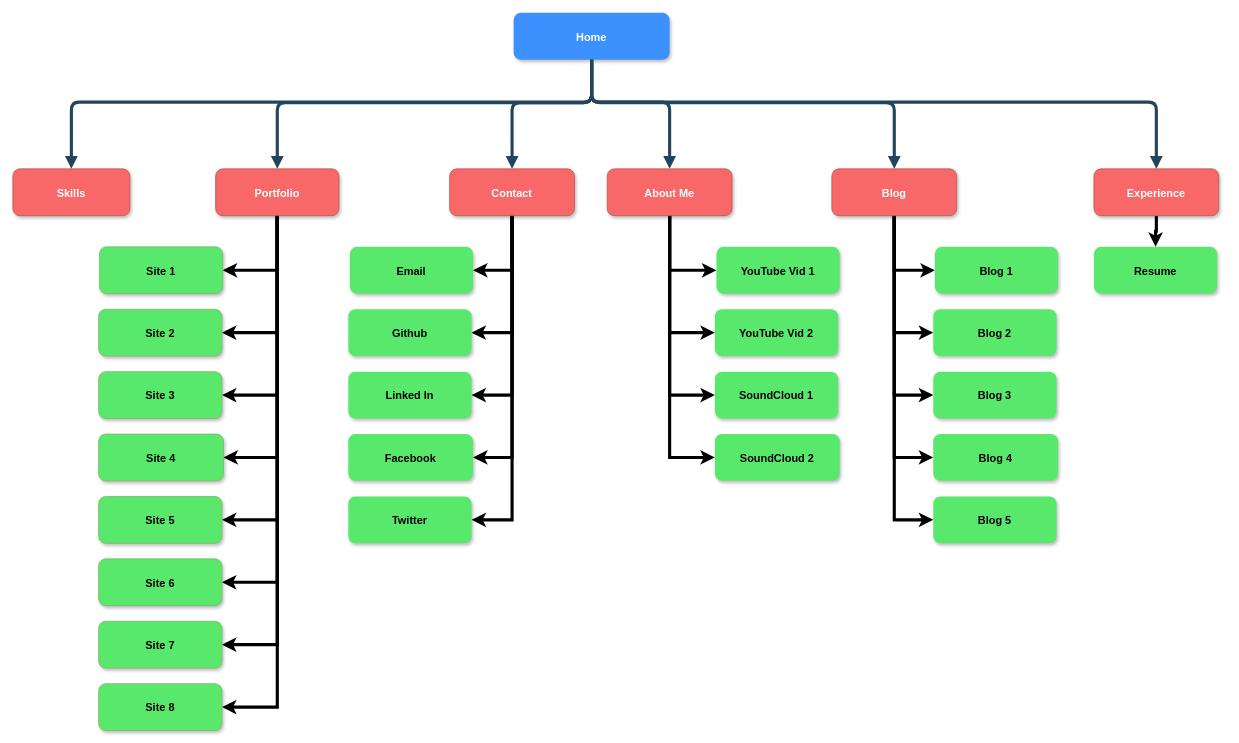
Above: Portfolio-Assignment.drawio in Nam-fullstack/PORTFOLIO-ASSIGNMENT (draw.io), before the change. Source tidied: cells renumbered, new cells numbered last; positions are measured from the earlier drawing's top-left corner, leaving out a move shared by most shapes. Both pictures are drawn from the tidied source at 78%, with x=0, y=0 at pixel (12, 12).
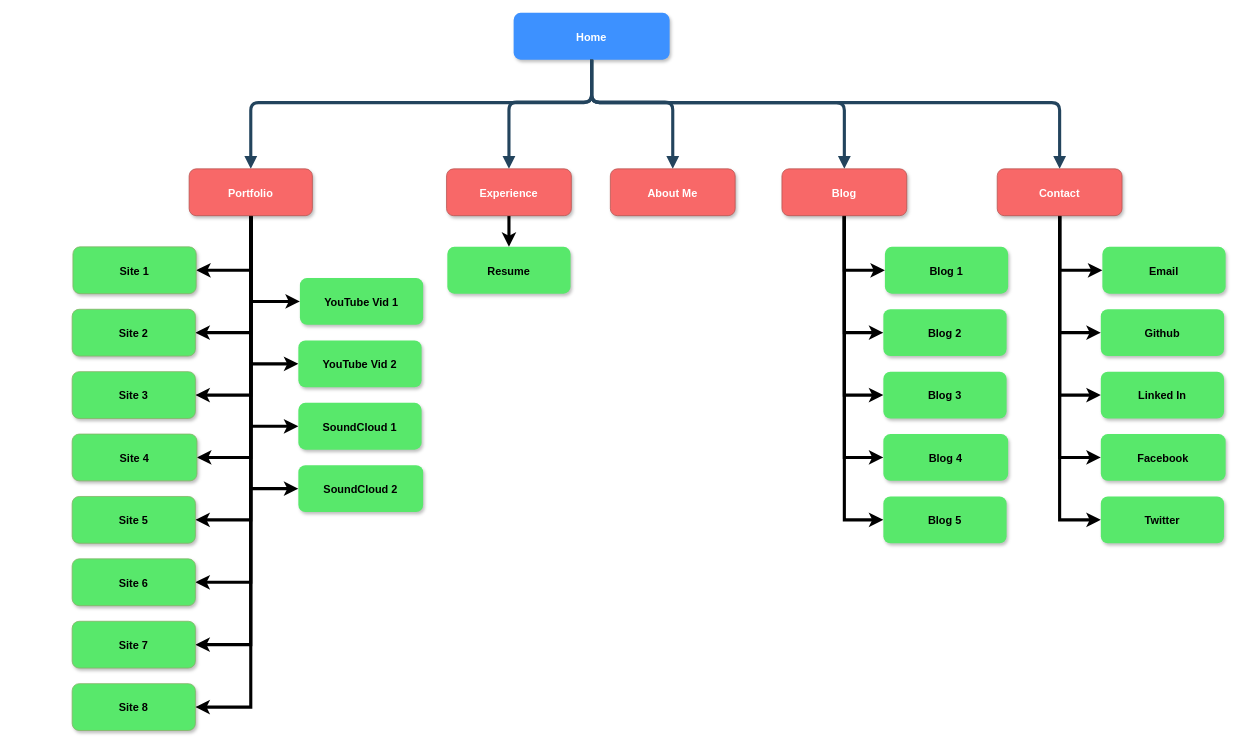
After the change.

Change to the diagram source:
```diff
@@
     <mxCell id="11" value="Resume" style="rounded=1;strokeColor=none;shadow=1;gradientColor=none;fontStyle=1;fontSize=14;fillColor=#58E86B;align=center;" parent="1" vertex="1">
-      <mxGeometry x="1386" y="300" width="158" height="60" as="geometry" />
+      <mxGeometry x="557" y="300" width="158" height="60" as="geometry" />
     </mxCell>
@@
-    <mxCell id="18" style="edgeStyle=orthogonalEdgeStyle;rounded=0;jettySize=auto;html=1;exitX=0.5;exitY=1;exitDx=0;exitDy=0;entryX=1;entryY=0.5;entryDx=0;entryDy=0;strokeWidth=4;align=center;" parent="1" edge="1" source="36" target="59">
-      <mxGeometry relative="1" as="geometry" />
-    </mxCell>
-    <mxCell id="19" style="edgeStyle=orthogonalEdgeStyle;rounded=0;jettySize=auto;html=1;exitX=0.5;exitY=1;exitDx=0;exitDy=0;entryX=1;entryY=0.5;entryDx=0;entryDy=0;strokeWidth=4;align=center;" parent="1" edge="1" source="36" target="58">
-      <mxGeometry relative="1" as="geometry" />
-    </mxCell>
-    <mxCell id="20" style="edgeStyle=orthogonalEdgeStyle;rounded=0;jettySize=auto;html=1;exitX=0.5;exitY=1;exitDx=0;exitDy=0;entryX=1;entryY=0.5;entryDx=0;entryDy=0;strokeWidth=4;align=center;" parent="1" edge="1" source="36" target="56">
-      <mxGeometry relative="1" as="geometry" />
-    </mxCell>
@@
-    <mxCell id="26" style="edgeStyle=elbowEdgeStyle;elbow=vertical;strokeWidth=4;endArrow=block;endFill=1;fontStyle=1;strokeColor=#23445D;entryX=0.5;entryY=0;entryDx=0;entryDy=0;align=center;" parent="1" edge="1" target="27">
-      <mxGeometry x="96" y="130" as="geometry">
-        <mxPoint x="742" y="64.5" as="sourcePoint" />
-        <Array as="points">
-          <mxPoint x="550" y="114.5" />
-          <mxPoint x="570" y="114.5" />
-        </Array>
-      </mxGeometry>
-    </mxCell>
-    <mxCell id="27" value="Skills" style="rounded=1;strokeColor=#b85450;shadow=1;fontStyle=1;fontSize=14;fillColor=#F86868;fontColor=#FFFFFF;align=center;" parent="1" vertex="1">
-      <mxGeometry y="200" width="150" height="60" as="geometry" />
-    </mxCell>
-    <mxCell id="28" style="edgeStyle=orthogonalEdgeStyle;rounded=0;jettySize=auto;html=1;exitX=0.5;exitY=1;exitDx=0;exitDy=0;entryX=0;entryY=0.5;entryDx=0;entryDy=0;fontColor=#000000;strokeWidth=4;align=center;" parent="1" edge="1" source="32" target="50">
-      <mxGeometry relative="1" as="geometry" />
-    </mxCell>
-    <mxCell id="29" style="edgeStyle=orthogonalEdgeStyle;rounded=0;jettySize=auto;html=1;exitX=0.5;exitY=1;exitDx=0;exitDy=0;entryX=0;entryY=0.5;entryDx=0;entryDy=0;fontColor=#000000;strokeWidth=4;align=center;" parent="1" edge="1" source="32" target="49">
-      <mxGeometry relative="1" as="geometry" />
-    </mxCell>
-    <mxCell id="30" style="edgeStyle=orthogonalEdgeStyle;rounded=0;jettySize=auto;html=1;exitX=0.5;exitY=1;exitDx=0;exitDy=0;entryX=0;entryY=0.5;entryDx=0;entryDy=0;fontColor=#000000;strokeWidth=4;align=center;" parent="1" edge="1" source="32" target="47">
-      <mxGeometry relative="1" as="geometry" />
-    </mxCell>
-    <mxCell id="31" style="edgeStyle=orthogonalEdgeStyle;rounded=0;jettySize=auto;html=1;exitX=0.5;exitY=1;exitDx=0;exitDy=0;entryX=0;entryY=0.5;entryDx=0;entryDy=0;fontColor=#000000;strokeWidth=4;align=center;" parent="1" edge="1" source="32" target="48">
-      <mxGeometry relative="1" as="geometry" />
-    </mxCell>
     <mxCell id="32" value="About Me" style="rounded=1;strokeColor=#b85450;shadow=1;fontStyle=1;fontSize=14;fillColor=#F86868;fontColor=#FFFFFF;align=center;" parent="1" vertex="1">
-      <mxGeometry x="762" y="200" width="160" height="60" as="geometry" />
+      <mxGeometry x="766" y="200" width="160" height="60" as="geometry" />
     </mxCell>
     <mxCell id="33" value="Blog" style="rounded=1;strokeColor=#b85450;shadow=1;fontStyle=1;fontSize=14;fillColor=#F86868;fontColor=#FFFFFF;align=center;" parent="1" vertex="1">
-      <mxGeometry x="1050" y="200" width="160" height="60" as="geometry" />
+      <mxGeometry x="986" y="200" width="160" height="60" as="geometry" />
     </mxCell>
+    <mxCell id="18" style="edgeStyle=orthogonalEdgeStyle;rounded=0;jettySize=auto;html=1;exitX=0.5;exitY=1;exitDx=0;exitDy=0;entryX=0;entryY=0.5;entryDx=0;entryDy=0;strokeWidth=4;" parent="1" edge="1" source="36" target="59">
+      <mxGeometry relative="1" as="geometry" />
+    </mxCell>
+    <mxCell id="19" style="edgeStyle=orthogonalEdgeStyle;rounded=0;jettySize=auto;html=1;exitX=0.5;exitY=1;exitDx=0;exitDy=0;entryX=0;entryY=0.5;entryDx=0;entryDy=0;strokeWidth=4;" parent="1" edge="1" source="36" target="58">
+      <mxGeometry relative="1" as="geometry" />
+    </mxCell>
+    <mxCell id="20" style="edgeStyle=orthogonalEdgeStyle;rounded=0;jettySize=auto;html=1;exitX=0.5;exitY=1;exitDx=0;exitDy=0;entryX=0;entryY=0.5;entryDx=0;entryDy=0;strokeWidth=4;" parent="1" edge="1" source="36" target="56">
+      <mxGeometry relative="1" as="geometry" />
+    </mxCell>
-    <mxCell id="34" style="edgeStyle=orthogonalEdgeStyle;rounded=0;jettySize=auto;html=1;exitX=0.5;exitY=1;exitDx=0;exitDy=0;entryX=1;entryY=0.5;entryDx=0;entryDy=0;fontColor=#000000;strokeWidth=4;align=center;" parent="1" edge="1" source="36" target="57">
+    <mxCell id="34" style="edgeStyle=orthogonalEdgeStyle;rounded=0;jettySize=auto;html=1;exitX=0.5;exitY=1;exitDx=0;exitDy=0;entryX=0;entryY=0.5;entryDx=0;entryDy=0;strokeWidth=4;" parent="1" edge="1" source="36" target="57">
       <mxGeometry relative="1" as="geometry" />
     </mxCell>
-    <mxCell id="35" style="edgeStyle=orthogonalEdgeStyle;rounded=0;jettySize=auto;html=1;exitX=0.5;exitY=1;exitDx=0;exitDy=0;entryX=1;entryY=0.5;entryDx=0;entryDy=0;fontColor=#000000;strokeWidth=4;align=center;" parent="1" edge="1" source="36" target="60">
+    <mxCell id="35" style="edgeStyle=orthogonalEdgeStyle;rounded=0;jettySize=auto;html=1;exitX=0.5;exitY=1;exitDx=0;exitDy=0;entryX=0;entryY=0.5;entryDx=0;entryDy=0;strokeWidth=4;" parent="1" edge="1" source="36" target="60">
       <mxGeometry relative="1" as="geometry" />
     </mxCell>
     <mxCell id="36" value="Contact" style="rounded=1;strokeColor=#b85450;shadow=1;fontStyle=1;fontSize=14;fillColor=#F86868;fontColor=#FFFFFF;align=center;" parent="1" vertex="1">
-      <mxGeometry x="560" y="200" width="160" height="60" as="geometry" />
+      <mxGeometry x="1262" y="200" width="160" height="60" as="geometry" />
     </mxCell>
     <mxCell id="37" value="Experience" style="rounded=1;strokeColor=#b85450;shadow=1;fontStyle=1;fontSize=14;fillColor=#F86868;fontColor=#FFFFFF;align=center;" parent="1" vertex="1">
-      <mxGeometry x="1386" y="200" width="160" height="60" as="geometry" />
+      <mxGeometry x="556" y="200" width="160" height="60" as="geometry" />
     </mxCell>
+    <mxCell id="61" style="edgeStyle=orthogonalEdgeStyle;rounded=0;jettySize=auto;html=1;exitX=0.5;exitY=1;exitDx=0;exitDy=0;entryX=0;entryY=0.5;entryDx=0;entryDy=0;strokeWidth=4;" parent="1" edge="1" source="38" target="50">
+      <mxGeometry relative="1" as="geometry" />
+    </mxCell>
+    <mxCell id="62" style="edgeStyle=orthogonalEdgeStyle;rounded=0;jettySize=auto;html=1;exitX=0.5;exitY=1;exitDx=0;exitDy=0;entryX=0;entryY=0.5;entryDx=0;entryDy=0;strokeWidth=4;" parent="1" edge="1" source="38" target="49">
+      <mxGeometry relative="1" as="geometry" />
+    </mxCell>
+    <mxCell id="63" style="edgeStyle=orthogonalEdgeStyle;rounded=0;jettySize=auto;html=1;exitX=0.5;exitY=1;exitDx=0;exitDy=0;entryX=0;entryY=0.5;entryDx=0;entryDy=0;strokeWidth=4;" parent="1" edge="1" source="38" target="47">
+      <mxGeometry relative="1" as="geometry" />
+    </mxCell>
+    <mxCell id="64" style="edgeStyle=orthogonalEdgeStyle;rounded=0;jettySize=auto;html=1;exitX=0.5;exitY=1;exitDx=0;exitDy=0;entryX=0;entryY=0.5;entryDx=0;entryDy=0;strokeWidth=4;" parent="1" edge="1" source="38" target="48">
+      <mxGeometry relative="1" as="geometry" />
+    </mxCell>
     <mxCell id="38" value="Portfolio" style="rounded=1;strokeColor=#b85450;shadow=1;fontStyle=1;fontSize=14;fillColor=#F86868;fontColor=#FFFFFF;align=center;" parent="1" vertex="1">
-      <mxGeometry x="260" y="200" width="158" height="60" as="geometry" />
+      <mxGeometry x="226" y="200" width="158" height="60" as="geometry" />
     </mxCell>
     <mxCell id="39" value="Site 3" style="rounded=1;strokeColor=#82b366;shadow=1;fontStyle=1;fontSize=14;fillColor=#58E86B;align=center;" parent="1" vertex="1">
-      <mxGeometry x="110" y="460" width="158" height="60" as="geometry" />
+      <mxGeometry x="76" y="460" width="158" height="60" as="geometry" />
     </mxCell>
     <mxCell id="40" value="Site 4" style="rounded=1;strokeColor=#82b366;shadow=1;fontStyle=1;fontSize=14;fillColor=#58E86B;align=center;" parent="1" vertex="1">
-      <mxGeometry x="110" y="540" width="160" height="60" as="geometry" />
+      <mxGeometry x="76" y="540" width="160" height="60" as="geometry" />
     </mxCell>
     <mxCell id="41" value="Site 2" style="rounded=1;strokeColor=#82b366;shadow=1;fontStyle=1;fontSize=14;fillColor=#58E86B;align=center;" parent="1" vertex="1">
-      <mxGeometry x="110" y="380" width="158" height="60" as="geometry" />
+      <mxGeometry x="76" y="380" width="158" height="60" as="geometry" />
     </mxCell>
     <mxCell id="42" value="Site 7" style="rounded=1;strokeColor=#82b366;shadow=1;fontStyle=1;fontSize=14;fillColor=#58E86B;align=center;" parent="1" vertex="1">
-      <mxGeometry x="110" y="780" width="158" height="60" as="geometry" />
+      <mxGeometry x="76" y="780" width="158" height="60" as="geometry" />
     </mxCell>
     <mxCell id="43" value="Site 8" style="rounded=1;strokeColor=#82b366;shadow=1;fontStyle=1;fontSize=14;fillColor=#58E86B;align=center;" parent="1" vertex="1">
-      <mxGeometry x="110" y="860" width="158" height="60" as="geometry" />
+      <mxGeometry x="76" y="860" width="158" height="60" as="geometry" />
     </mxCell>
     <mxCell id="44" value="Site 1" style="rounded=1;strokeColor=#82b366;shadow=1;fontStyle=1;fontSize=14;fillColor=#58E86B;align=center;" parent="1" vertex="1">
-      <mxGeometry x="111" y="300" width="158" height="60" as="geometry" />
+      <mxGeometry x="77" y="300" width="158" height="60" as="geometry" />
     </mxCell>
     <mxCell id="45" value="Site 6" style="rounded=1;strokeColor=#82b366;shadow=1;fontStyle=1;fontSize=14;fillColor=#58E86B;align=center;" parent="1" vertex="1">
-      <mxGeometry x="110" y="700" width="158" height="60" as="geometry" />
+      <mxGeometry x="76" y="700" width="158" height="60" as="geometry" />
     </mxCell>
     <mxCell id="46" value="Site 5" style="rounded=1;strokeColor=#82b366;shadow=1;fontStyle=1;fontSize=14;fillColor=#58E86B;align=center;" parent="1" vertex="1">
-      <mxGeometry x="110" y="620" width="158" height="60" as="geometry" />
+      <mxGeometry x="76" y="620" width="158" height="60" as="geometry" />
     </mxCell>
     <mxCell id="47" value="SoundCloud 1" style="rounded=1;strokeColor=none;shadow=1;gradientColor=none;fontStyle=1;fontSize=14;fillColor=#58E86B;align=center;" parent="1" vertex="1">
-      <mxGeometry x="900" y="460" width="158" height="60" as="geometry" />
+      <mxGeometry x="366" y="500" width="158" height="60" as="geometry" />
     </mxCell>
     <mxCell id="48" value="SoundCloud 2" style="rounded=1;strokeColor=none;shadow=1;gradientColor=none;fontStyle=1;fontSize=14;fillColor=#58E86B;align=center;" parent="1" vertex="1">
-      <mxGeometry x="900" y="540" width="160" height="60" as="geometry" />
+      <mxGeometry x="366" y="580" width="160" height="60" as="geometry" />
     </mxCell>
     <mxCell id="49" value="YouTube Vid 2" style="rounded=1;strokeColor=none;shadow=1;gradientColor=none;fontStyle=1;fontSize=14;fillColor=#58E86B;align=center;" parent="1" vertex="1">
-      <mxGeometry x="900" y="380" width="158" height="60" as="geometry" />
+      <mxGeometry x="366" y="420" width="158" height="60" as="geometry" />
     </mxCell>
     <mxCell id="50" value="YouTube Vid 1" style="rounded=1;strokeColor=none;shadow=1;gradientColor=none;fontStyle=1;fontSize=14;fillColor=#58E86B;align=center;" parent="1" vertex="1">
-      <mxGeometry x="902" y="300" width="158" height="60" as="geometry" />
+      <mxGeometry x="368" y="340" width="158" height="60" as="geometry" />
     </mxCell>
     <mxCell id="51" value="Blog 3" style="rounded=1;strokeColor=none;shadow=1;gradientColor=none;fontStyle=1;fontSize=14;fillColor=#58E86B;align=center;" parent="1" vertex="1">
-      <mxGeometry x="1180" y="460" width="158" height="60" as="geometry" />
+      <mxGeometry x="1116" y="460" width="158" height="60" as="geometry" />
     </mxCell>
     <mxCell id="52" value="Blog 4" style="rounded=1;strokeColor=none;shadow=1;gradientColor=none;fontStyle=1;fontSize=14;fillColor=#58E86B;align=center;" parent="1" vertex="1">
-      <mxGeometry x="1180" y="540" width="160" height="60" as="geometry" />
+      <mxGeometry x="1116" y="540" width="160" height="60" as="geometry" />
     </mxCell>
     <mxCell id="53" value="Blog 2" style="rounded=1;strokeColor=none;shadow=1;gradientColor=none;fontStyle=1;fontSize=14;fillColor=#58E86B;align=center;" parent="1" vertex="1">
-      <mxGeometry x="1180" y="380" width="158" height="60" as="geometry" />
+      <mxGeometry x="1116" y="380" width="158" height="60" as="geometry" />
     </mxCell>
     <mxCell id="54" value="Blog 1" style="rounded=1;strokeColor=none;shadow=1;gradientColor=none;fontStyle=1;fontSize=14;fillColor=#58E86B;align=center;" parent="1" vertex="1">
-      <mxGeometry x="1182" y="300" width="158" height="60" as="geometry" />
+      <mxGeometry x="1118" y="300" width="158" height="60" as="geometry" />
     </mxCell>
     <mxCell id="55" value="Blog 5" style="rounded=1;strokeColor=none;shadow=1;gradientColor=none;fontStyle=1;fontSize=14;fillColor=#58E86B;align=center;" parent="1" vertex="1">
-      <mxGeometry x="1180" y="620" width="158" height="60" as="geometry" />
+      <mxGeometry x="1116" y="620" width="158" height="60" as="geometry" />
     </mxCell>
     <mxCell id="56" value="Linked In" style="rounded=1;strokeColor=none;shadow=1;gradientColor=none;fontStyle=1;fontSize=14;fillColor=#58E86B;align=center;" parent="1" vertex="1">
-      <mxGeometry x="430" y="460" width="158" height="60" as="geometry" />
+      <mxGeometry x="1394.8" y="460" width="158" height="60" as="geometry" />
     </mxCell>
     <mxCell id="57" value="Facebook" style="rounded=1;strokeColor=none;shadow=1;gradientColor=none;fontStyle=1;fontSize=14;fillColor=#58E86B;align=center;" parent="1" vertex="1">
-      <mxGeometry x="430" y="540" width="160" height="60" as="geometry" />
+      <mxGeometry x="1394.8" y="540" width="160" height="60" as="geometry" />
     </mxCell>
     <mxCell id="58" value="Github" style="rounded=1;strokeColor=none;shadow=1;gradientColor=none;fontStyle=1;fontSize=14;fillColor=#58E86B;align=center;" parent="1" vertex="1">
-      <mxGeometry x="430" y="380" width="158" height="60" as="geometry" />
+      <mxGeometry x="1394.8" y="380" width="158" height="60" as="geometry" />
     </mxCell>
     <mxCell id="59" value="Email" style="rounded=1;strokeColor=none;shadow=1;gradientColor=none;fontStyle=1;fontSize=14;fillColor=#58E86B;align=center;" parent="1" vertex="1">
-      <mxGeometry x="432" y="300" width="158" height="60" as="geometry" />
+      <mxGeometry x="1396.8" y="300" width="158" height="60" as="geometry" />
     </mxCell>
     <mxCell id="60" value="Twitter" style="rounded=1;strokeColor=none;shadow=1;gradientColor=none;fontStyle=1;fontSize=14;fillColor=#58E86B;align=center;" parent="1" vertex="1">
-      <mxGeometry x="430" y="620" width="158" height="60" as="geometry" />
+      <mxGeometry x="1394.8" y="620" width="158" height="60" as="geometry" />
     </mxCell>
```
